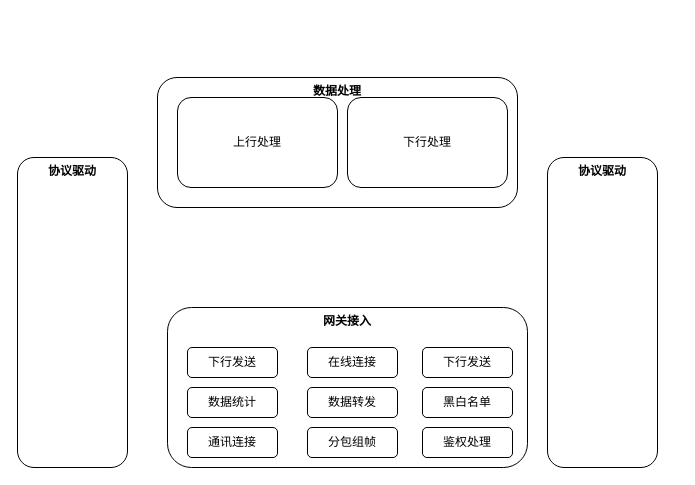
Above: Diagram.drawio in SpikeFJ/picgo (draw.io), before the change. Source tidied: cells renumbered, new cells numbered last; positions are measured from the earlier drawing's top-left corner, leaving out a move shared by most shapes. Both pictures are drawn from the tidied source at 100%, with x=0, y=0 at pixel (17, 77).
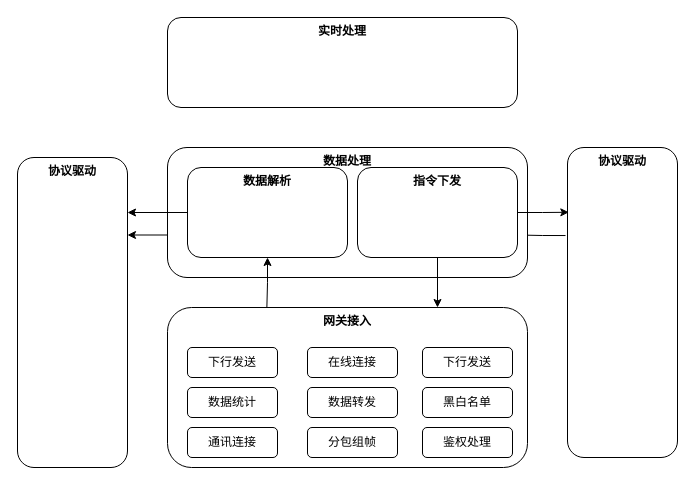
The same diagram, later.

The change refers to these unchanged cells:
```xml
<mxCell id="2" value="&lt;b&gt;网关接入&lt;/b&gt;" style="rounded=1;whiteSpace=wrap;html=1;verticalAlign=top;" parent="1" vertex="1">
  <mxGeometry x="150" y="230" width="360" height="160" as="geometry" />
</mxCell>
<mxCell id="4" value="&lt;b&gt;协议驱动&lt;/b&gt;" style="rounded=1;whiteSpace=wrap;html=1;verticalAlign=top;" parent="1" vertex="1">
  <mxGeometry y="80" width="110" height="310" as="geometry" />
</mxCell>
```

What changed in the source:
```diff
@@
-    <mxCell id="3" value="&lt;b&gt;数据处理&lt;/b&gt;" style="rounded=1;whiteSpace=wrap;html=1;align=center;verticalAlign=top;" parent="1" vertex="1">
-      <mxGeometry x="140" width="360" height="130" as="geometry" />
-    </mxCell>
+    <mxCell id="17" style="edgeStyle=orthogonalEdgeStyle;rounded=0;jettySize=auto;html=1;entryX=0;entryY=0.75;entryDx=0;entryDy=0;exitX=1;exitY=0.25;exitDx=0;exitDy=0;startArrow=classic;startFill=1;endArrow=classic;endFill=1;" parent="1" edge="1" source="4" target="12">
+      <mxGeometry relative="1" as="geometry" />
+    </mxCell>
@@
+    <mxCell id="18" style="edgeStyle=orthogonalEdgeStyle;rounded=0;jettySize=auto;html=1;entryX=1;entryY=0.75;entryDx=0;entryDy=0;exitX=-0.018;exitY=0.284;exitDx=0;exitDy=0;exitPerimeter=0;startArrow=none;startFill=0;endArrow=classic;endFill=1;" parent="1" edge="1" source="5" target="13">
+      <mxGeometry relative="1" as="geometry" />
+    </mxCell>
     <mxCell id="5" value="&lt;b&gt;协议驱动&lt;/b&gt;" style="rounded=1;whiteSpace=wrap;html=1;verticalAlign=top;" parent="1" vertex="1">
-      <mxGeometry x="530" y="80" width="110" height="310" as="geometry" />
+      <mxGeometry x="550" y="70" width="110" height="310" as="geometry" />
     </mxCell>
@@
-    <mxCell id="12" value="上行处理" style="rounded=1;whiteSpace=wrap;html=1;" parent="1" vertex="1">
-      <mxGeometry x="160" y="20" width="160" height="90" as="geometry" />
-    </mxCell>
-    <mxCell id="13" value="下行处理" style="rounded=1;whiteSpace=wrap;html=1;" parent="1" vertex="1">
-      <mxGeometry x="330" y="20" width="160" height="90" as="geometry" />
-    </mxCell>
@@
+    <mxCell id="19" style="group;" parent="1" vertex="1">
+      <mxGeometry x="150" y="70" width="360" height="130" as="geometry" />
+    </mxCell>
+    <mxCell id="3" value="&lt;b&gt;数据处理&lt;/b&gt;" style="rounded=1;whiteSpace=wrap;html=1;align=center;verticalAlign=top;" parent="19" vertex="1">
+      <mxGeometry width="360" height="130" as="geometry" />
+    </mxCell>
+    <mxCell id="12" value="&lt;b&gt;数据解析&lt;/b&gt;" style="rounded=1;whiteSpace=wrap;html=1;verticalAlign=top;" parent="19" vertex="1">
+      <mxGeometry x="20" y="20" width="160" height="90" as="geometry" />
+    </mxCell>
+    <mxCell id="13" value="&lt;b&gt;指令下发&lt;/b&gt;" style="rounded=1;whiteSpace=wrap;html=1;verticalAlign=top;" parent="19" vertex="1">
+      <mxGeometry x="190" y="20" width="160" height="90" as="geometry" />
+    </mxCell>
+    <mxCell id="20" style="edgeStyle=orthogonalEdgeStyle;rounded=0;jettySize=auto;html=1;exitX=0.5;exitY=1;exitDx=0;exitDy=0;entryX=0.75;entryY=0;entryDx=0;entryDy=0;" parent="1" edge="1" source="13" target="2">
+      <mxGeometry relative="1" as="geometry" />
+    </mxCell>
+    <mxCell id="21" style="edgeStyle=orthogonalEdgeStyle;rounded=0;jettySize=auto;html=1;entryX=0.276;entryY=0;entryDx=0;entryDy=0;entryPerimeter=0;startArrow=classic;startFill=1;endArrow=none;endFill=0;" parent="1" edge="1" source="12" target="2">
+      <mxGeometry relative="1" as="geometry" />
+    </mxCell>
+    <mxCell id="22" style="edgeStyle=orthogonalEdgeStyle;rounded=0;jettySize=auto;html=1;exitX=0;exitY=0.5;exitDx=0;exitDy=0;" parent="1" edge="1" source="12">
+      <mxGeometry relative="1" as="geometry">
+        <mxPoint x="110" y="135" as="targetPoint" />
+      </mxGeometry>
+    </mxCell>
+    <mxCell id="23" style="edgeStyle=orthogonalEdgeStyle;rounded=0;jettySize=auto;html=1;entryX=0.012;entryY=0.209;entryDx=0;entryDy=0;entryPerimeter=0;" parent="1" edge="1" source="13" target="5">
+      <mxGeometry relative="1" as="geometry" />
+    </mxCell>
+    <mxCell id="24" value="&lt;b&gt;实时处理&lt;/b&gt;" style="rounded=1;whiteSpace=wrap;html=1;verticalAlign=top;" parent="1" vertex="1">
+      <mxGeometry x="150" y="-60" width="350" height="90" as="geometry" />
+    </mxCell>
```
